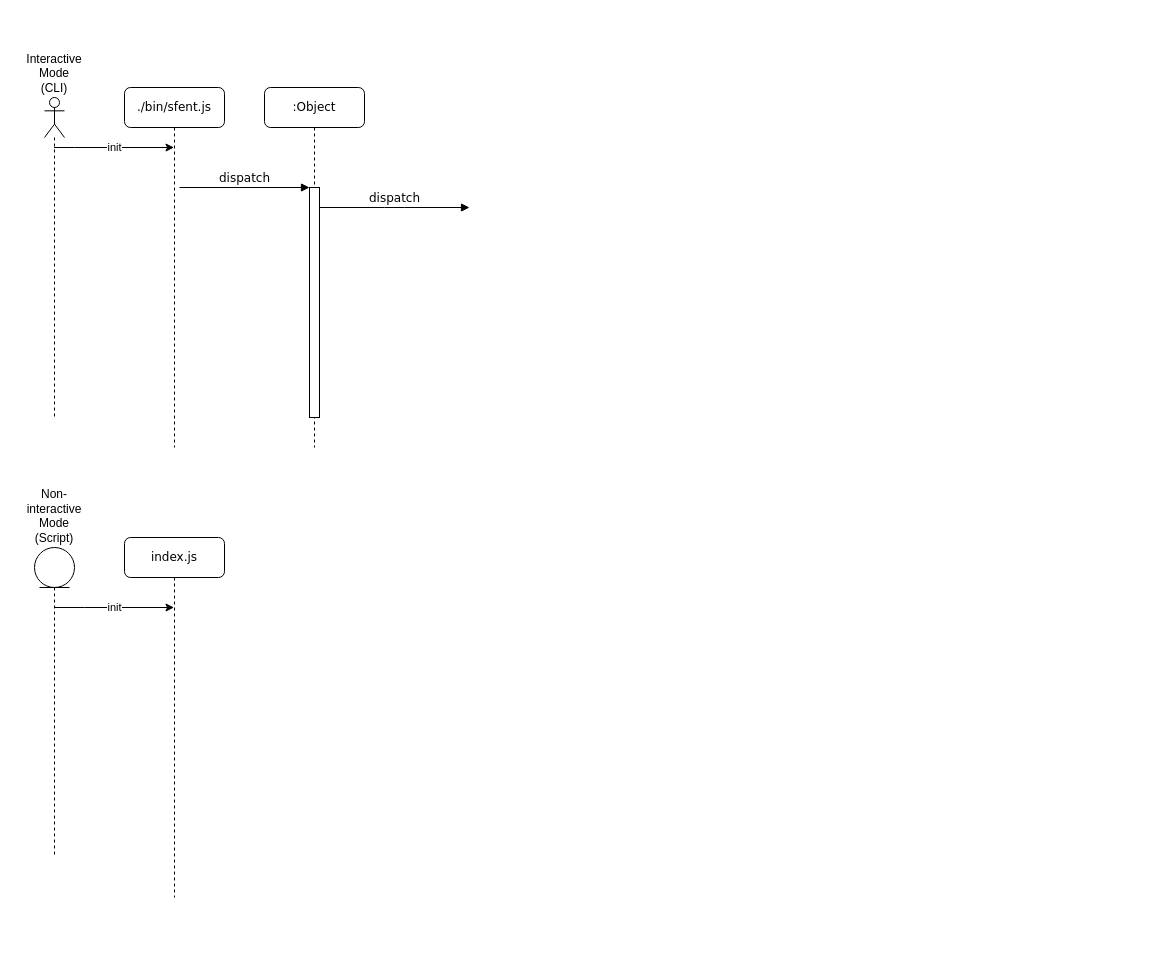
This is docs/technical-design.drawio from kev4ev/sf-ent, a draw.io file, before an edit. Source tidied: cells renumbered, new cells numbered last; positions are measured from the earlier drawing's top-left corner, leaving out a move shared by most shapes. Both pictures are drawn from the tidied source at 100%, with x=0, y=0 at pixel (34, 87).
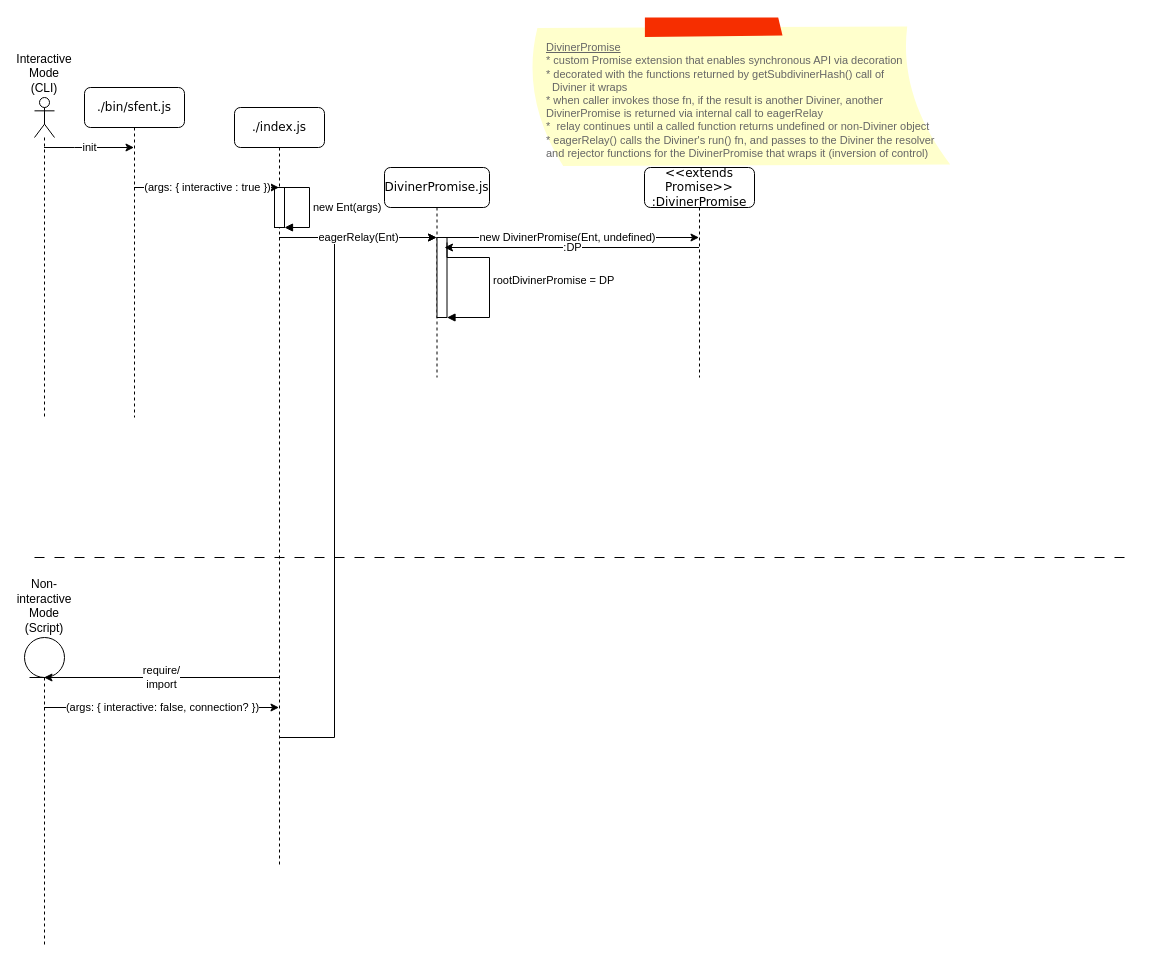
Above is the later version.

What changed in the source:
```diff
@@
-    <mxCell id="2" value=":Object" style="shape=umlLifeline;perimeter=lifelinePerimeter;whiteSpace=wrap;html=1;outlineConnect=0;rounded=1;shadow=0;comic=0;labelBackgroundColor=none;strokeWidth=1;fontFamily=Verdana;fontSize=12;align=center;" parent="1" vertex="1">
-      <mxGeometry x="230" width="100" height="360" as="geometry" />
+    <mxCell id="2" value="./index.js" style="shape=umlLifeline;perimeter=lifelinePerimeter;whiteSpace=wrap;html=1;outlineConnect=0;rounded=1;shadow=0;comic=0;labelBackgroundColor=none;strokeWidth=1;fontFamily=Verdana;fontSize=12;align=center;" parent="1" vertex="1">
+      <mxGeometry x="200" y="20" width="90" height="760" as="geometry" />
     </mxCell>
-    <mxCell id="3" style="html=1;points=[];perimeter=orthogonalPerimeter;rounded=0;shadow=0;comic=0;labelBackgroundColor=none;strokeWidth=1;fontFamily=Verdana;fontSize=12;align=center;" parent="2" vertex="1">
-      <mxGeometry x="45" y="100" width="10" height="230" as="geometry" />
-    </mxCell>
+    <mxCell id="12" style="html=1;points=[[0,0,0,0,5],[0,1,0,0,-5],[1,0,0,0,5],[1,1,0,0,-5]];perimeter=orthogonalPerimeter;outlineConnect=0;targetShapes=umlLifeline;portConstraint=eastwest;newEdgeStyle={&quot;curved&quot;:0,&quot;rounded&quot;:0};" parent="2" vertex="1">
+      <mxGeometry x="40" y="80" width="10" height="40" as="geometry" />
+    </mxCell>
+    <mxCell id="13" value="new Ent(args)" style="html=1;align=left;spacingLeft=2;endArrow=block;rounded=0;edgeStyle=orthogonalEdgeStyle;curved=0;rounded=0;" parent="2" edge="1" source="12" target="12">
+      <mxGeometry relative="1" as="geometry">
+        <Array as="points">
+          <mxPoint x="75" y="80" />
+          <mxPoint x="75" y="120" />
+        </Array>
+      </mxGeometry>
+    </mxCell>
     <mxCell id="4" value="./bin/sfent.js" style="shape=umlLifeline;perimeter=lifelinePerimeter;whiteSpace=wrap;html=1;outlineConnect=0;rounded=1;shadow=0;comic=0;labelBackgroundColor=none;strokeWidth=1;fontFamily=Verdana;fontSize=12;align=center;" parent="1" vertex="1">
-      <mxGeometry x="90" width="100" height="360" as="geometry" />
+      <mxGeometry x="50" width="100" height="330" as="geometry" />
     </mxCell>
-    <mxCell id="5" value="dispatch" style="html=1;verticalAlign=bottom;endArrow=block;entryX=0;entryY=0;labelBackgroundColor=none;fontFamily=Verdana;fontSize=12;edgeStyle=elbowEdgeStyle;elbow=vertical;" parent="1" edge="1" target="3">
-      <mxGeometry relative="1" as="geometry">
-        <mxPoint x="145" y="100" as="sourcePoint" />
-      </mxGeometry>
-    </mxCell>
-    <mxCell id="6" value="dispatch" style="html=1;verticalAlign=bottom;endArrow=block;entryX=0;entryY=0;labelBackgroundColor=none;fontFamily=Verdana;fontSize=12;edgeStyle=elbowEdgeStyle;elbow=vertical;" parent="1" edge="1" source="3">
-      <mxGeometry relative="1" as="geometry">
-        <mxPoint x="435" y="120" as="targetPoint" />
-      </mxGeometry>
-    </mxCell>
@@
     <mxCell id="8" value="Interactive Mode&lt;br&gt;(CLI)" style="shape=umlLifeline;perimeter=lifelinePerimeter;whiteSpace=wrap;html=1;outlineConnect=0;portConstraint=eastwest;newEdgeStyle={&quot;curved&quot;:0,&quot;rounded&quot;:0};participant=umlActor;verticalAlign=bottom;labelPosition=center;verticalLabelPosition=top;align=center;" parent="1" vertex="1">
-      <mxGeometry x="10" y="10" width="20" height="320" as="geometry" />
+      <mxGeometry y="10" width="20" height="320" as="geometry" />
     </mxCell>
-    <mxCell id="9" value="init" style="edgeStyle=orthogonalEdgeStyle;rounded=0;jettySize=auto;html=1;curved=0;" parent="1" edge="1" source="10" target="11">
-      <mxGeometry relative="1" as="geometry">
-        <Array as="points">
-          <mxPoint x="50" y="520" />
-          <mxPoint x="50" y="520" />
-        </Array>
-      </mxGeometry>
-    </mxCell>
     <mxCell id="10" value="Non-interactive Mode (Script)" style="shape=umlLifeline;perimeter=lifelinePerimeter;whiteSpace=wrap;html=1;outlineConnect=0;portConstraint=eastwest;newEdgeStyle={&quot;curved&quot;:0,&quot;rounded&quot;:0};participant=umlEntity;labelPosition=center;verticalLabelPosition=top;align=center;verticalAlign=bottom;" parent="1" vertex="1">
-      <mxGeometry y="460" width="40" height="310" as="geometry" />
+      <mxGeometry x="-10" y="550" width="40" height="310" as="geometry" />
     </mxCell>
-    <mxCell id="11" value="index.js" style="shape=umlLifeline;perimeter=lifelinePerimeter;whiteSpace=wrap;html=1;outlineConnect=0;rounded=1;shadow=0;comic=0;labelBackgroundColor=none;strokeWidth=1;fontFamily=Verdana;fontSize=12;align=center;" parent="1" vertex="1">
-      <mxGeometry x="90" y="450" width="100" height="360" as="geometry" />
-    </mxCell>
+    <mxCell id="14" value="(args: { interactive : true })" style="endArrow=classic;html=1;rounded=0;" parent="1" edge="1" source="4" target="2">
+      <mxGeometry relative="1" as="geometry">
+        <Array as="points">
+          <mxPoint x="170" y="100" />
+        </Array>
+      </mxGeometry>
+    </mxCell>
+    <mxCell id="15" value="(args: { interactive: false, connection? })" style="endArrow=classic;html=1;rounded=0;" parent="1" edge="1" source="10" target="2">
+      <mxGeometry relative="1" as="geometry">
+        <Array as="points">
+          <mxPoint x="130" y="620" />
+        </Array>
+      </mxGeometry>
+    </mxCell>
+    <mxCell id="16" value="require/&lt;br&gt;import" style="endArrow=classic;html=1;rounded=0;" parent="1" edge="1" source="2" target="10">
+      <mxGeometry relative="1" as="geometry">
+        <Array as="points">
+          <mxPoint x="140" y="590" />
+        </Array>
+      </mxGeometry>
+    </mxCell>
+    <mxCell id="17" value="DivinerPromise.js" style="shape=umlLifeline;perimeter=lifelinePerimeter;whiteSpace=wrap;html=1;outlineConnect=0;rounded=1;shadow=0;comic=0;labelBackgroundColor=none;strokeWidth=1;fontFamily=Verdana;fontSize=12;align=center;" parent="1" vertex="1">
+      <mxGeometry x="350" y="80" width="105" height="210" as="geometry" />
+    </mxCell>
+    <mxCell id="18" style="html=1;points=[[0,0,0,0,5],[0,1,0,0,-5],[1,0,0,0,5],[1,1,0,0,-5]];perimeter=orthogonalPerimeter;outlineConnect=0;targetShapes=umlLifeline;portConstraint=eastwest;newEdgeStyle={&quot;curved&quot;:0,&quot;rounded&quot;:0};" parent="17" vertex="1">
+      <mxGeometry x="52.5" y="70" width="10" height="80" as="geometry" />
+    </mxCell>
+    <mxCell id="19" value="rootDivinerPromise = DP" style="html=1;align=left;spacingLeft=2;endArrow=block;rounded=0;edgeStyle=orthogonalEdgeStyle;curved=0;rounded=0;exitX=1;exitY=0;exitDx=0;exitDy=5;exitPerimeter=0;verticalAlign=middle;" parent="17" edge="1" source="18" target="18">
+      <mxGeometry relative="1" as="geometry">
+        <Array as="points">
+          <mxPoint x="62" y="90" />
+          <mxPoint x="105" y="90" />
+          <mxPoint x="105" y="150" />
+        </Array>
+      </mxGeometry>
+    </mxCell>
+    <mxCell id="20" style="endArrow=none;startArrow=none;endFill=0;startFill=0;endSize=8;html=1;verticalAlign=bottom;dashed=1;labelBackgroundColor=default;dashPattern=10 10;rounded=0;backgroundOutline=0;" parent="1" edge="1">
+      <mxGeometry relative="1" as="geometry">
+        <mxPoint y="470" as="sourcePoint" />
+        <mxPoint x="1100" y="470" as="targetPoint" />
+      </mxGeometry>
+    </mxCell>
+    <mxCell id="21" style="endArrow=classic;html=1;rounded=0;" parent="1" edge="1" source="2" target="17">
+      <mxGeometry relative="1" as="geometry">
+        <Array as="points">
+          <mxPoint x="300" y="650" />
+          <mxPoint x="300" y="150" />
+        </Array>
+      </mxGeometry>
+    </mxCell>
+    <mxCell id="22" value="eagerRelay(Ent)" style="endArrow=classic;html=1;rounded=0;" parent="1" edge="1" source="2" target="17">
+      <mxGeometry relative="1" as="geometry">
+        <Array as="points">
+          <mxPoint x="330" y="150" />
+        </Array>
+      </mxGeometry>
+    </mxCell>
+    <mxCell id="23" value="&amp;lt;&amp;lt;extends Promise&amp;gt;&amp;gt;&lt;br&gt;:DivinerPromise" style="shape=umlLifeline;perimeter=lifelinePerimeter;whiteSpace=wrap;html=1;outlineConnect=0;rounded=1;shadow=0;comic=0;labelBackgroundColor=none;strokeWidth=1;fontFamily=Verdana;fontSize=12;align=center;" parent="1" vertex="1">
+      <mxGeometry x="610" y="80" width="110" height="210" as="geometry" />
+    </mxCell>
+    <mxCell id="24" value="new DivinerPromise(Ent, undefined)" style="endArrow=classic;html=1;rounded=0;" parent="1" edge="1" source="17" target="23">
+      <mxGeometry relative="1" as="geometry">
+        <Array as="points">
+          <mxPoint x="510" y="150" />
+        </Array>
+      </mxGeometry>
+    </mxCell>
+    <mxCell id="25" value=":DP" style="endArrow=classic;html=1;rounded=0;" parent="1" edge="1" source="23">
+      <mxGeometry relative="1" as="geometry">
+        <mxPoint x="410" y="160" as="targetPoint" />
+        <Array as="points">
+          <mxPoint x="530" y="160" />
+        </Array>
+      </mxGeometry>
+    </mxCell>
+    <mxCell id="26" value="&lt;br&gt;&lt;u&gt;DivinerPromise&lt;/u&gt;&lt;br&gt;* custom Promise extension that enables synchronous API via decoration&lt;br&gt;* decorated with the functions returned by getSubdivinerHash() call of &lt;br&gt;&amp;nbsp; Diviner it wraps&lt;br&gt;* when caller invokes those fn, if the result is another Diviner, another&amp;nbsp; &amp;nbsp; &amp;nbsp; DivinerPromise is returned via internal call to eagerRelay&lt;br&gt;*&amp;nbsp; relay continues until a called function returns undefined or non-Diviner object&lt;br&gt;* eagerRelay() calls the Diviner's run() fn, and passes to the Diviner the resolver and rejector functions for the DivinerPromise that wraps it (inversion of control)" style="strokeWidth=1;shadow=0;dashed=0;align=left;html=1;shape=mxgraph.mockup.text.stickyNote2;fontColor=#666666;mainText=;fontSize=11;whiteSpace=wrap;fillColor=#ffffcc;strokeColor=#F62E00;labelPosition=center;verticalLabelPosition=middle;verticalAlign=top;spacingTop=4;spacingRight=0;spacing=2;spacingLeft=20;" parent="1" vertex="1">
+      <mxGeometry x="490" y="-70" width="430" height="150" as="geometry" />
+    </mxCell>
```
